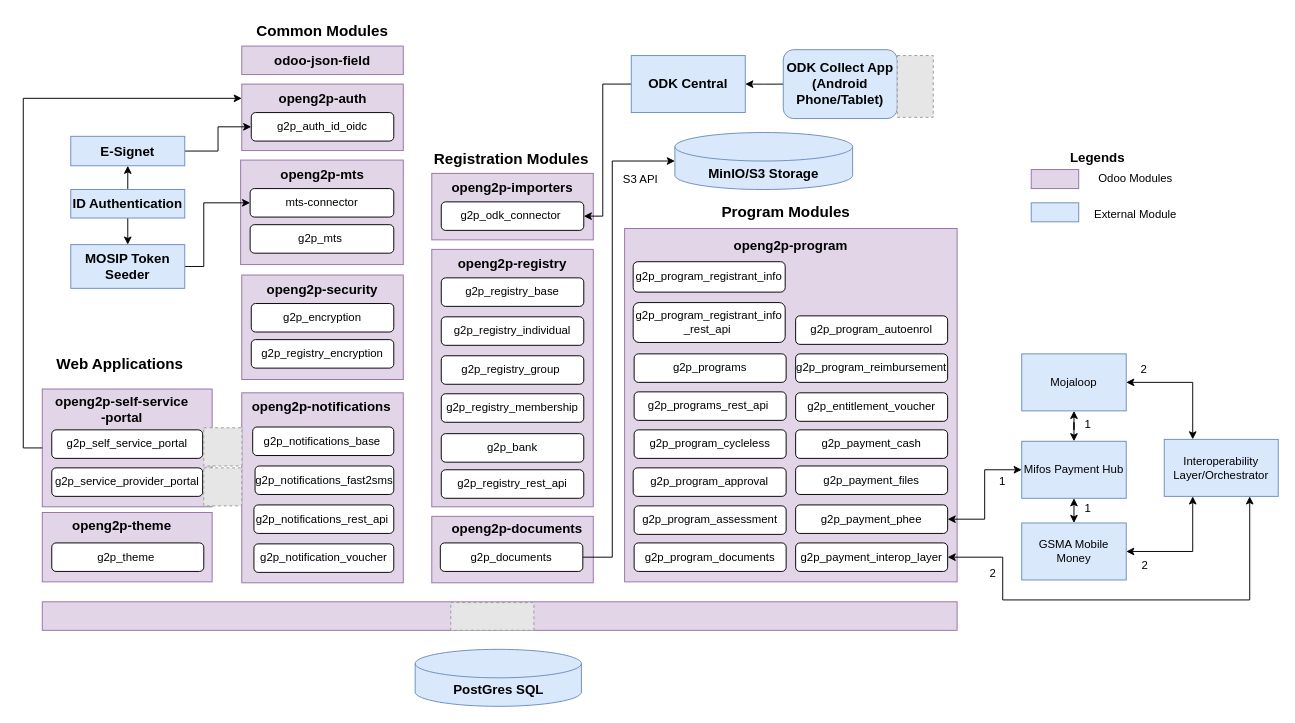
This is .gitbook/assets/technical-architecture.drawio from OpenG2P/openg2p-documentation, a draw.io file, before an edit. Source tidied: cells renumbered, new cells numbered last; positions are measured from the earlier drawing's top-left corner, leaving out a move shared by most shapes. Both pictures are drawn from the tidied source at 95%, with x=0, y=0 at pixel (23, 16). Pictures stored in the file or linked from it are replaced by grey dashed boxes.
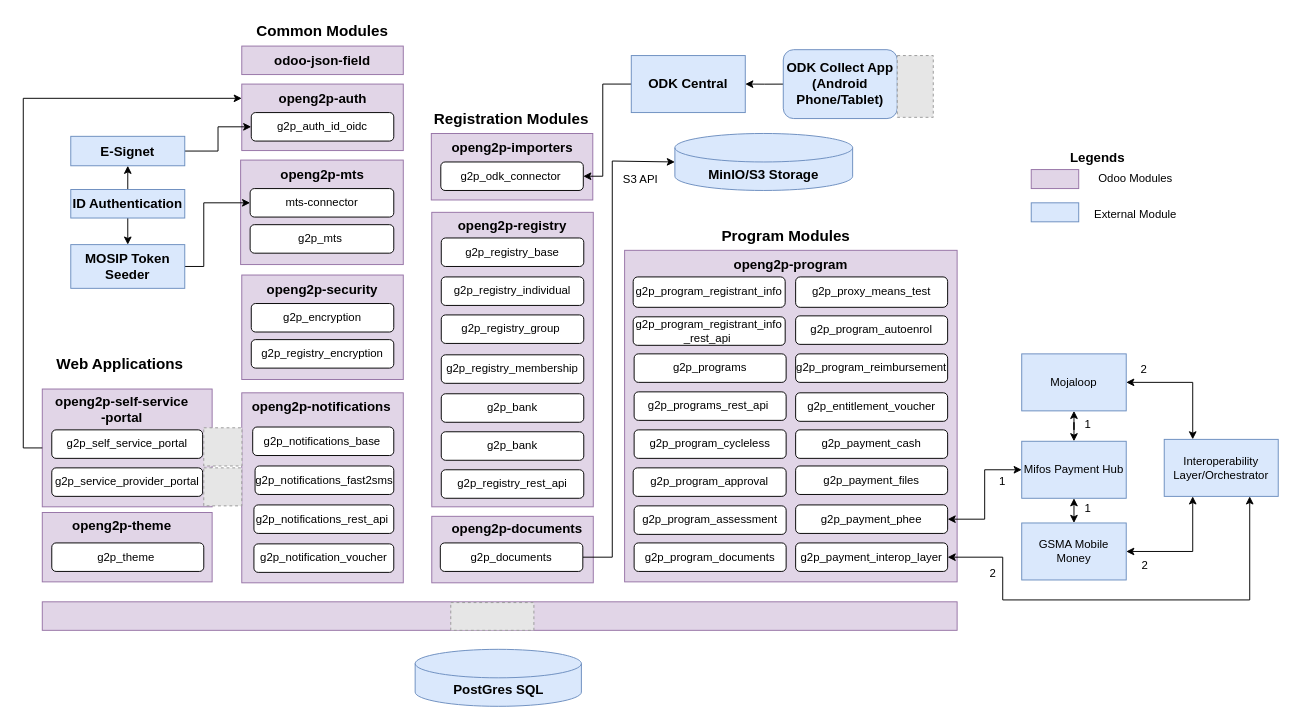
The same diagram, later.

The change refers to these unchanged cells:
```xml
<mxCell id="66" value="&lt;b style=&quot;border-color: var(--border-color);&quot;&gt;&lt;font style=&quot;border-color: var(--border-color); font-size: 14px;&quot;&gt;ODK Central&lt;/font&gt;&lt;/b&gt;" style="rounded=0;whiteSpace=wrap;html=1;fillColor=#dae8fc;strokeColor=#6c8ebf;" parent="1" vertex="1">
  <mxGeometry x="640" y="41" width="120" height="60" as="geometry" />
</mxCell>
```

What changed in the source:
```diff
@@
     <mxCell id="6" style="rounded=0;whiteSpace=wrap;html=1;fillColor=#e1d5e7;strokeColor=#9673a6;" parent="1" vertex="1">
-      <mxGeometry x="430" y="165" width="170" height="70" as="geometry" />
+      <mxGeometry x="429.5" y="123" width="170" height="70" as="geometry" />
     </mxCell>
@@
     <mxCell id="9" value="&lt;b&gt;&lt;font style=&quot;font-size: 14px;&quot;&gt;MinIO/S3 Storage&lt;/font&gt;&lt;/b&gt;" style="shape=cylinder3;whiteSpace=wrap;html=1;boundedLbl=1;backgroundOutline=1;size=15;fillColor=#dae8fc;strokeColor=#6c8ebf;" parent="1" vertex="1">
-      <mxGeometry x="685.9" y="122" width="187.1" height="60" as="geometry" />
+      <mxGeometry x="685.9" y="123" width="187.1" height="60" as="geometry" />
     </mxCell>
@@
     <mxCell id="11" value="g2p_odk_connector&amp;nbsp;" style="rounded=1;whiteSpace=wrap;html=1;" parent="1" vertex="1">
-      <mxGeometry x="440" y="195" width="150" height="30" as="geometry" />
+      <mxGeometry x="439.5" y="153" width="150" height="30" as="geometry" />
     </mxCell>
@@
     <mxCell id="27" value="openg2p-importers" style="text;html=1;strokeColor=none;fillColor=none;align=center;verticalAlign=middle;whiteSpace=wrap;rounded=0;fontStyle=1;fontSize=14;" parent="1" vertex="1">
-      <mxGeometry x="450" y="165" width="130" height="30" as="geometry" />
+      <mxGeometry x="449.5" y="123" width="130" height="30" as="geometry" />
     </mxCell>
     <mxCell id="28" style="rounded=0;whiteSpace=wrap;html=1;fillColor=#e1d5e7;strokeColor=#9673a6;" parent="1" vertex="1">
-      <mxGeometry x="430" y="245" width="170" height="271" as="geometry" />
+      <mxGeometry x="430" y="206" width="170" height="310" as="geometry" />
     </mxCell>
     <mxCell id="29" value="g2p_registry_base" style="rounded=1;whiteSpace=wrap;html=1;" parent="1" vertex="1">
-      <mxGeometry x="440" y="275" width="150" height="30" as="geometry" />
+      <mxGeometry x="440" y="233" width="150" height="30" as="geometry" />
     </mxCell>
     <mxCell id="30" value="openg2p-registry" style="text;html=1;strokeColor=none;fillColor=none;align=center;verticalAlign=middle;whiteSpace=wrap;rounded=0;fontStyle=1;fontSize=14;" parent="1" vertex="1">
-      <mxGeometry x="450" y="245" width="130" height="30" as="geometry" />
+      <mxGeometry x="450" y="205" width="130" height="30" as="geometry" />
     </mxCell>
     <mxCell id="31" value="g2p_registry_individual" style="rounded=1;whiteSpace=wrap;html=1;" parent="1" vertex="1">
-      <mxGeometry x="440" y="316" width="150" height="30" as="geometry" />
+      <mxGeometry x="440" y="274" width="150" height="30" as="geometry" />
     </mxCell>
     <mxCell id="32" value="g2p_registry_group&amp;nbsp;" style="rounded=1;whiteSpace=wrap;html=1;" parent="1" vertex="1">
-      <mxGeometry x="440" y="357" width="150" height="30" as="geometry" />
+      <mxGeometry x="440" y="314" width="150" height="30" as="geometry" />
     </mxCell>
     <mxCell id="33" value="g2p_registry_membership" style="rounded=1;whiteSpace=wrap;html=1;" parent="1" vertex="1">
-      <mxGeometry x="440" y="397" width="150" height="30" as="geometry" />
+      <mxGeometry x="440" y="356" width="150" height="30" as="geometry" />
     </mxCell>
@@
     <mxCell id="36" value="g2p_bank" style="rounded=1;whiteSpace=wrap;html=1;" parent="1" vertex="1">
-      <mxGeometry x="440" y="439" width="150" height="30" as="geometry" />
+      <mxGeometry x="440" y="397" width="150" height="30" as="geometry" />
     </mxCell>
@@
     <mxCell id="38" value="&lt;b&gt;&lt;font style=&quot;font-size: 16px;&quot;&gt;Registration Modules&lt;/font&gt;&lt;/b&gt;" style="text;html=1;strokeColor=none;fillColor=none;align=center;verticalAlign=middle;whiteSpace=wrap;rounded=0;" parent="1" vertex="1">
-      <mxGeometry x="429" y="135" width="170" height="30" as="geometry" />
+      <mxGeometry x="428.5" y="93" width="170" height="30" as="geometry" />
     </mxCell>
     <mxCell id="39" style="rounded=0;whiteSpace=wrap;html=1;fillColor=#e1d5e7;strokeColor=#9673a6;" parent="1" vertex="1">
-      <mxGeometry x="633" y="223" width="350" height="372" as="geometry" />
+      <mxGeometry x="633" y="246" width="350" height="349" as="geometry" />
     </mxCell>
     <mxCell id="40" value="g2p_program_registrant_info" style="rounded=1;whiteSpace=wrap;html=1;" parent="1" vertex="1">
-      <mxGeometry x="642" y="258" width="160" height="32" as="geometry" />
+      <mxGeometry x="642" y="274" width="160" height="32" as="geometry" />
     </mxCell>
     <mxCell id="41" value="openg2p-program" style="text;html=1;strokeColor=none;fillColor=none;align=center;verticalAlign=middle;whiteSpace=wrap;rounded=0;fontStyle=1;fontSize=14;" parent="1" vertex="1">
-      <mxGeometry x="743" y="226" width="130" height="30" as="geometry" />
+      <mxGeometry x="743" y="246" width="130" height="30" as="geometry" />
     </mxCell>
     <mxCell id="42" value="g2p_program_registrant_info&lt;br&gt;_rest_api&amp;nbsp;" style="rounded=1;whiteSpace=wrap;html=1;" parent="1" vertex="1">
-      <mxGeometry x="642" y="301" width="160" height="42" as="geometry" />
+      <mxGeometry x="642" y="316" width="160" height="30" as="geometry" />
     </mxCell>
@@
     <mxCell id="48" value="&lt;b&gt;&lt;font style=&quot;font-size: 16px;&quot;&gt;Program Modules&lt;/font&gt;&lt;/b&gt;" style="text;html=1;strokeColor=none;fillColor=none;align=center;verticalAlign=middle;whiteSpace=wrap;rounded=0;" parent="1" vertex="1">
-      <mxGeometry x="718" y="190" width="170" height="30" as="geometry" />
+      <mxGeometry x="718" y="216" width="170" height="30" as="geometry" />
     </mxCell>
@@
-    <mxCell id="65" style="edgeStyle=orthogonalEdgeStyle;rounded=0;jettySize=auto;html=1;entryX=1;entryY=0.5;entryDx=0;entryDy=0;" parent="1" edge="1" source="66" target="11">
+    <mxCell id="65" style="edgeStyle=orthogonalEdgeStyle;rounded=0;jettySize=auto;html=1;exitX=0;exitY=0.5;exitDx=0;exitDy=0;entryX=1;entryY=0.5;entryDx=0;entryDy=0;" parent="1" edge="1" source="66" target="11">
       <mxGeometry relative="1" as="geometry">
         <Array as="points">
           <mxPoint x="610" y="71" />
-          <mxPoint x="610" y="210" />
+          <mxPoint x="610" y="168" />
         </Array>
       </mxGeometry>
     </mxCell>
@@
+    <mxCell id="105" value="g2p_bank" style="rounded=1;whiteSpace=wrap;html=1;" parent="1" vertex="1">
+      <mxGeometry x="440" y="437" width="150" height="30" as="geometry" />
+    </mxCell>
+    <mxCell id="106" value="g2p_proxy_means_test" style="rounded=1;whiteSpace=wrap;html=1;" parent="1" vertex="1">
+      <mxGeometry x="813" y="274" width="160" height="32" as="geometry" />
+    </mxCell>
```
